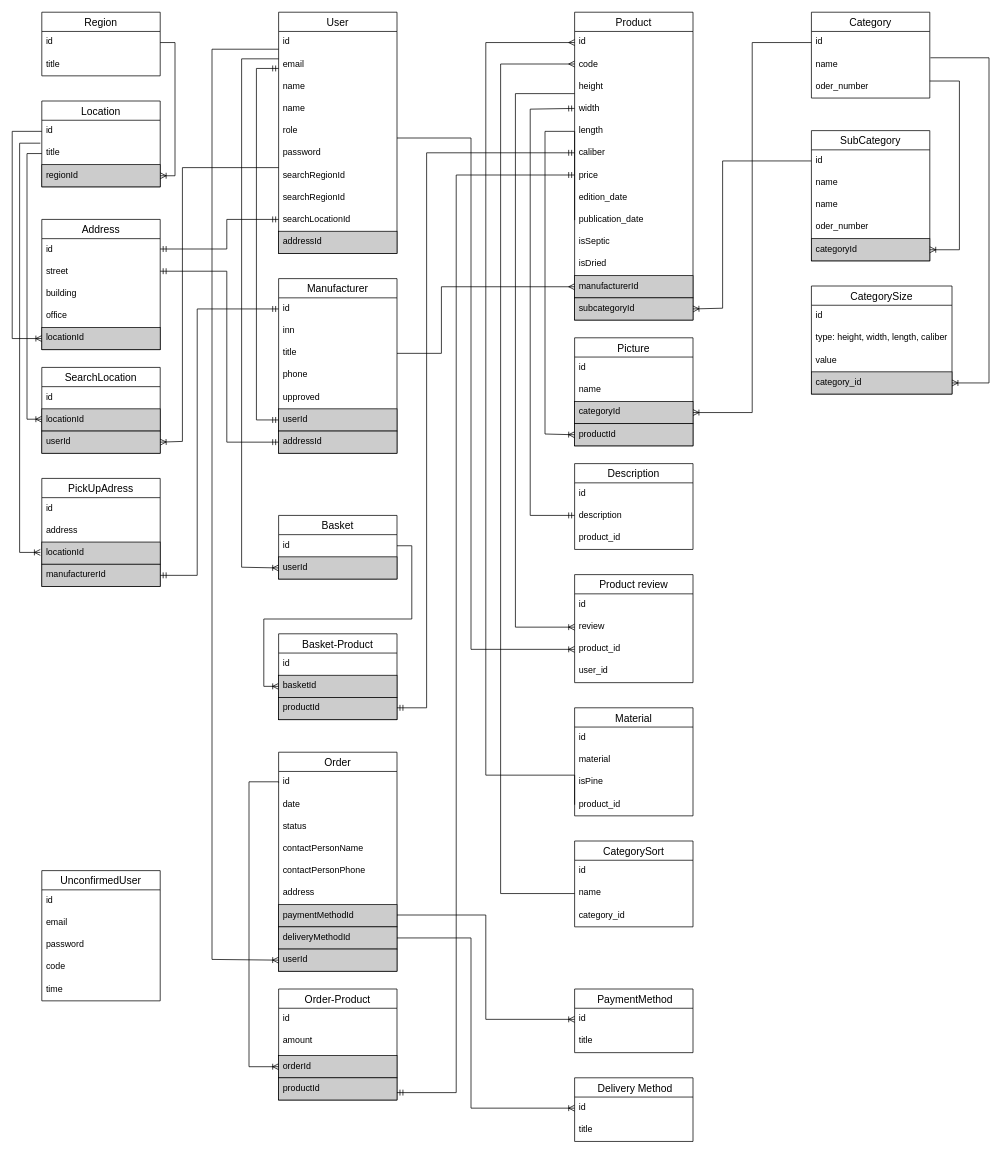
The draw.io diagram lesopilka.drawio in alexeyk500/lesopilka_backend, before the edit. Source tidied: cells renumbered, new cells numbered last; positions are measured from the earlier drawing's top-left corner, leaving out a move shared by most shapes. Both pictures are drawn from the tidied source at 74%, with x=0, y=0 at pixel (12, 12).
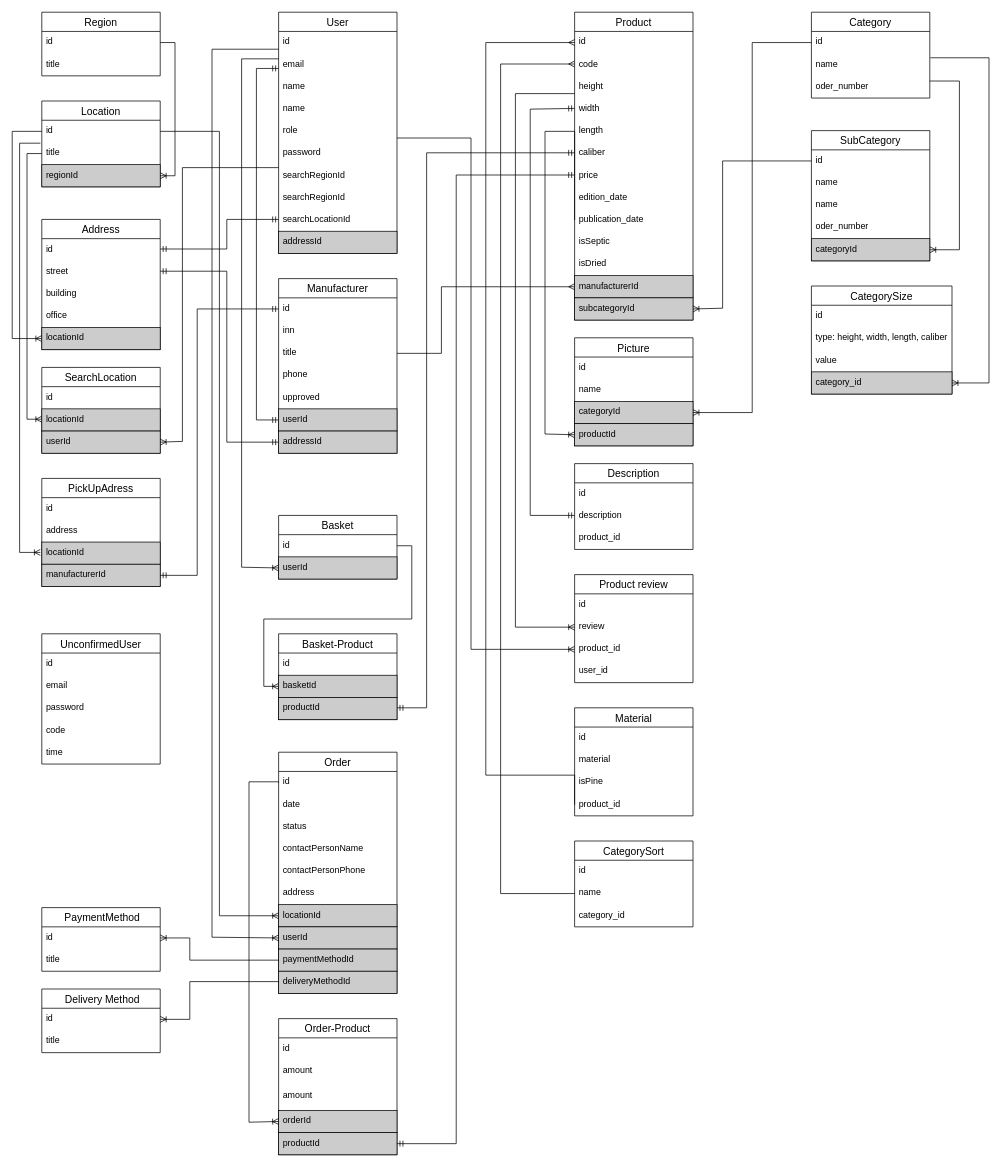
After the change.

Unchanged cells that the change refers to:
```xml
<mxCell id="3" value="id" style="text;strokeColor=none;fillColor=none;spacingLeft=4;spacingRight=4;overflow=hidden;points=[[0,0.5],[1,0.5]];portConstraint=eastwest;fontSize=12;" parent="2" vertex="1">
  <mxGeometry y="26" width="160" height="30" as="geometry" />
</mxCell>
<mxCell id="125" value="id" style="text;strokeColor=none;fillColor=none;spacingLeft=4;spacingRight=4;overflow=hidden;points=[[0,0.5],[1,0.5]];portConstraint=eastwest;fontSize=12;" parent="124" vertex="1">
  <mxGeometry y="26" width="160" height="30" as="geometry" />
</mxCell>
<mxCell id="141" value="id" style="text;strokeColor=none;fillColor=none;spacingLeft=4;spacingRight=4;overflow=hidden;points=[[0,0.5],[1,0.5]];portConstraint=eastwest;fontSize=12;" parent="140" vertex="1">
  <mxGeometry y="26" width="160" height="30" as="geometry" />
</mxCell>
<mxCell id="144" value="id" style="text;strokeColor=none;fillColor=none;spacingLeft=4;spacingRight=4;overflow=hidden;points=[[0,0.5],[1,0.5]];portConstraint=eastwest;fontSize=12;" parent="143" vertex="1">
  <mxGeometry y="26" width="160" height="30" as="geometry" />
</mxCell>
```

Diff of the diagram source:
```diff
@@
     <mxCell id="89" value="UnconfirmedUser" style="swimlane;fontStyle=0;horizontal=1;startSize=26;align=center;fontSize=14;" parent="1" vertex="1">
-      <mxGeometry x="40" y="1160" width="160" height="176" as="geometry" />
+      <mxGeometry x="40" y="840" width="160" height="176" as="geometry" />
     </mxCell>
@@
     <mxCell id="124" value="Order" style="swimlane;fontStyle=0;horizontal=1;startSize=26;align=center;fontSize=14;" parent="1" vertex="1">
-      <mxGeometry x="360" y="1000" width="160" height="296" as="geometry" />
+      <mxGeometry x="360" y="1000" width="160" height="326" as="geometry" />
     </mxCell>
@@
+    <mxCell id="157" value="locationId&#10;" style="text;spacingLeft=4;spacingRight=4;overflow=hidden;points=[[0,0.5],[1,0.5]];portConstraint=eastwest;fontSize=12;fillColor=#CCCCCC;strokeColor=default;" parent="124" vertex="1">
+      <mxGeometry y="206" width="160" height="30" as="geometry" />
+    </mxCell>
+    <mxCell id="133" value="userId" style="text;spacingLeft=4;spacingRight=4;overflow=hidden;points=[[0,0.5],[1,0.5]];portConstraint=eastwest;fontSize=12;fillColor=#CCCCCC;strokeColor=default;" parent="124" vertex="1">
+      <mxGeometry y="236" width="160" height="30" as="geometry" />
+    </mxCell>
     <mxCell id="131" value="paymentMethodId&#10;" style="text;spacingLeft=4;spacingRight=4;overflow=hidden;points=[[0,0.5],[1,0.5]];portConstraint=eastwest;fontSize=12;fillColor=#CCCCCC;strokeColor=default;" parent="124" vertex="1">
-      <mxGeometry y="206" width="160" height="30" as="geometry" />
+      <mxGeometry y="266" width="160" height="30" as="geometry" />
     </mxCell>
     <mxCell id="132" value="deliveryMethodId&#10;" style="text;spacingLeft=4;spacingRight=4;overflow=hidden;points=[[0,0.5],[1,0.5]];portConstraint=eastwest;fontSize=12;fillColor=#CCCCCC;strokeColor=default;" parent="124" vertex="1">
-      <mxGeometry y="236" width="160" height="30" as="geometry" />
+      <mxGeometry y="296" width="160" height="30" as="geometry" />
     </mxCell>
-    <mxCell id="133" value="userId" style="text;spacingLeft=4;spacingRight=4;overflow=hidden;points=[[0,0.5],[1,0.5]];portConstraint=eastwest;fontSize=12;fillColor=#CCCCCC;strokeColor=default;" parent="124" vertex="1">
-      <mxGeometry y="266" width="160" height="30" as="geometry" />
-    </mxCell>
     <mxCell id="134" style="edgeStyle=orthogonalEdgeStyle;fontSize=12;html=1;endArrow=ERoneToMany;rounded=0;fontFamily=Helvetica;fontColor=default;entryX=0;entryY=0.5;entryDx=0;entryDy=0;" parent="1" edge="1" target="133">
       <mxGeometry relative="1" as="geometry">
         <mxPoint x="360" y="50" as="sourcePoint" />
         <Array as="points">
           <mxPoint x="270" y="50" />
-          <mxPoint x="270" y="1280" />
+          <mxPoint x="270" y="1250" />
         </Array>
       </mxGeometry>
     </mxCell>
     <mxCell id="135" value="Order-Product" style="swimlane;fontStyle=0;horizontal=1;startSize=26;align=center;fontSize=14;" parent="1" vertex="1">
-      <mxGeometry x="360" y="1320" width="160" height="150" as="geometry" />
+      <mxGeometry x="360" y="1360" width="160" height="184" as="geometry" />
     </mxCell>
@@
+    <mxCell id="158" value="amount" style="text;strokeColor=none;fillColor=none;spacingLeft=4;spacingRight=4;overflow=hidden;fontSize=12;" parent="135" vertex="1">
+      <mxGeometry y="56" width="160" height="34" as="geometry" />
+    </mxCell>
     <mxCell id="137" value="amount" style="text;strokeColor=none;fillColor=none;spacingLeft=4;spacingRight=4;overflow=hidden;fontSize=12;" parent="135" vertex="1">
-      <mxGeometry y="56" width="160" height="34" as="geometry" />
+      <mxGeometry y="90" width="160" height="34" as="geometry" />
     </mxCell>
     <mxCell id="138" value="orderId&#10;" style="text;spacingLeft=4;spacingRight=4;overflow=hidden;points=[[0,0.5],[1,0.5]];portConstraint=eastwest;fontSize=12;fillColor=#CCCCCC;strokeColor=default;" parent="135" vertex="1">
-      <mxGeometry y="90" width="160" height="30" as="geometry" />
+      <mxGeometry y="124" width="160" height="30" as="geometry" />
     </mxCell>
     <mxCell id="139" value="productId" style="text;spacingLeft=4;spacingRight=4;overflow=hidden;points=[[0,0.5],[1,0.5]];portConstraint=eastwest;fontSize=12;fillColor=#CCCCCC;strokeColor=default;" parent="135" vertex="1">
-      <mxGeometry y="120" width="160" height="30" as="geometry" />
+      <mxGeometry y="154" width="160" height="30" as="geometry" />
     </mxCell>
     <mxCell id="140" value=" PaymentMethod" style="swimlane;fontStyle=0;horizontal=1;startSize=26;align=center;fontSize=14;" parent="1" vertex="1">
-      <mxGeometry x="760" y="1320" width="160" height="86" as="geometry" />
+      <mxGeometry x="40" y="1210" width="160" height="86" as="geometry" />
     </mxCell>
@@
     <mxCell id="143" value=" Delivery Method" style="swimlane;fontStyle=0;horizontal=1;startSize=26;align=center;fontSize=14;" parent="1" vertex="1">
-      <mxGeometry x="760" y="1440" width="160" height="86" as="geometry" />
+      <mxGeometry x="40" y="1320" width="160" height="86" as="geometry" />
     </mxCell>
@@
     <mxCell id="146" style="edgeStyle=orthogonalEdgeStyle;fontSize=12;html=1;endArrow=ERoneToMany;rounded=0;exitX=0;exitY=0.5;exitDx=0;exitDy=0;entryX=0;entryY=0.5;entryDx=0;entryDy=0;" parent="1" edge="1" source="125" target="138">
       <mxGeometry relative="1" as="geometry">
         <Array as="points">
           <mxPoint x="360" y="1040" />
           <mxPoint x="320" y="1040" />
-          <mxPoint x="320" y="1425" />
+          <mxPoint x="320" y="1500" />
         </Array>
       </mxGeometry>
     </mxCell>
-    <mxCell id="147" style="edgeStyle=orthogonalEdgeStyle;fontSize=12;html=1;endArrow=ERoneToMany;rounded=0;entryX=0;entryY=0.5;entryDx=0;entryDy=0;" parent="1" edge="1" target="141">
+    <mxCell id="147" style="edgeStyle=orthogonalEdgeStyle;fontSize=12;html=1;endArrow=ERoneToMany;rounded=0;entryX=1;entryY=0.5;entryDx=0;entryDy=0;exitX=0;exitY=0.5;exitDx=0;exitDy=0;" parent="1" edge="1" source="131" target="141">
       <mxGeometry x="0.64" y="10" relative="1" as="geometry">
-        <mxPoint x="520" y="1220" as="sourcePoint" />
         <Array as="points">
-          <mxPoint x="520" y="1220" />
-          <mxPoint x="640" y="1220" />
-          <mxPoint x="640" y="1361" />
+          <mxPoint x="240" y="1281" />
+          <mxPoint x="240" y="1251" />
         </Array>
       </mxGeometry>
     </mxCell>
-    <mxCell id="148" style="edgeStyle=orthogonalEdgeStyle;fontSize=12;html=1;endArrow=ERoneToMany;rounded=0;exitX=1;exitY=0.5;exitDx=0;exitDy=0;entryX=0;entryY=0.5;entryDx=0;entryDy=0;" parent="1" edge="1" source="132" target="144">
+    <mxCell id="148" style="edgeStyle=orthogonalEdgeStyle;fontSize=12;html=1;endArrow=ERoneToMany;rounded=0;exitX=0;exitY=0.5;exitDx=0;exitDy=0;entryX=1;entryY=0.5;entryDx=0;entryDy=0;" parent="1" edge="1" source="132" target="144">
       <mxGeometry x="0.64" y="10" relative="1" as="geometry">
         <Array as="points">
-          <mxPoint x="620" y="1251" />
-          <mxPoint x="620" y="1481" />
+          <mxPoint x="360" y="1310" />
+          <mxPoint x="240" y="1310" />
+          <mxPoint x="240" y="1361" />
         </Array>
       </mxGeometry>
     </mxCell>
-    <mxCell id="149" style="edgeStyle=orthogonalEdgeStyle;fontSize=12;html=1;endArrow=ERmandOne;startArrow=ERmandOne;rounded=0;" parent="1" edge="1" source="139">
+    <mxCell id="149" style="edgeStyle=orthogonalEdgeStyle;fontSize=12;html=1;endArrow=ERmandOne;startArrow=ERmandOne;rounded=0;exitX=1;exitY=0.5;exitDx=0;exitDy=0;" parent="1" edge="1" source="139">
       <mxGeometry relative="1" as="geometry">
         <mxPoint x="760" y="220" as="targetPoint" />
         <Array as="points">
-          <mxPoint x="600" y="1460" />
+          <mxPoint x="600" y="1529" />
           <mxPoint x="600" y="220" />
         </Array>
       </mxGeometry>
     </mxCell>
@@
+    <mxCell id="159" style="edgeStyle=orthogonalEdgeStyle;fontSize=12;html=1;endArrow=ERoneToMany;rounded=0;exitX=1;exitY=0.5;exitDx=0;exitDy=0;entryX=0;entryY=0.5;entryDx=0;entryDy=0;" parent="1" edge="1" source="3" target="157">
+      <mxGeometry relative="1" as="geometry" />
+    </mxCell>
```
